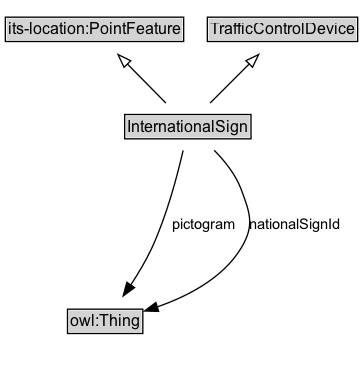
The Graphviz diagram docs/diagrams/InternationalSign.dot.png in k-vaughn/ontology-its-regulation, before a commit. Its source is kept beside it as docs/diagrams/InternationalSign.dot.
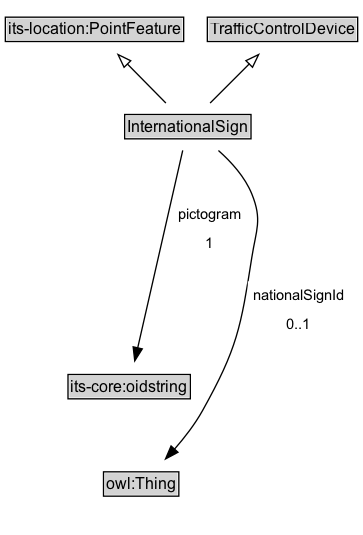
Later version of the same file.

The edit, as a diff of the source:
```diff
@@ -14,13 +14,16 @@
 	subgraph cluster_associated {
 		label="" style=invis
 		Invis [label=<<TABLE BORDER="0" CELLBORDER="0" CELLSPACING="0" CELLPADDING="1"><TR><TD></TD></TR></TABLE>> margin=0 style=invis]
+		"its-core_oidstring" [label=<<TABLE BORDER="1" CELLBORDER="0" CELLSPACING="0" CELLPADDING="1"><TR><TD BGCOLOR="lightgray" ALIGN="CENTER">its-core:oidstring</TD></TR></TABLE>> URL="https://w3id.org/itsdata/core/v1/oidstring" margin=0]
 		owl_Thing [label=<<TABLE BORDER="1" CELLBORDER="0" CELLSPACING="0" CELLPADDING="1"><TR><TD BGCOLOR="lightgray" ALIGN="CENTER">owl:Thing</TD></TR></TABLE>> URL="https://w3id.org/citydata/imported/owl/latest/Thing" margin=0]
 	}
 	InternationalSign -> "its-location_PointFeature" [arrowhead=onormal style=solid]
 	InternationalSign -> TrafficControlDevice [arrowhead=onormal style=solid]
 	InternationalSign -> Invis [style=invis]
-	Invis -> owl_Thing [style=invis]
+	Invis -> "its-core_oidstring" [style=invis]
+	"its-core_oidstring" -> owl_Thing [style=invis]
+	"its-core_oidstring" [label=<<TABLE BORDER="1" CELLBORDER="0" CELLSPACING="0" CELLPADDING="1"><TR><TD BGCOLOR="lightgray" ALIGN="CENTER">its-core:oidstring</TD></TR></TABLE>> URL="https://w3id.org/itsdata/core/v1/oidstring" margin=0]
+	InternationalSign -> "its-core_oidstring" [label=<<TABLE BORDER="0" CELLBORDER="0" CELLSPACING="0" CELLPADDING="4" BGCOLOR="white"><TR><TD ALIGN="CENTER">pictogram</TD></TR><TR><TD ALIGN="CENTER">1</TD></TR></TABLE>> arrowhead=normal style=solid]
 	owl_Thing [label=<<TABLE BORDER="1" CELLBORDER="0" CELLSPACING="0" CELLPADDING="1"><TR><TD BGCOLOR="lightgray" ALIGN="CENTER">owl:Thing</TD></TR></TABLE>> URL="https://w3id.org/citydata/imported/owl/latest/Thing" margin=0]
-	InternationalSign -> owl_Thing [label=pictogram arrowhead=normal style=solid]
-	InternationalSign -> owl_Thing [label=nationalSignId arrowhead=normal style=solid]
+	InternationalSign -> owl_Thing [label=<<TABLE BORDER="0" CELLBORDER="0" CELLSPACING="0" CELLPADDING="4" BGCOLOR="white"><TR><TD ALIGN="CENTER">nationalSignId</TD></TR><TR><TD ALIGN="CENTER">0..1</TD></TR></TABLE>> arrowhead=normal style=solid]
 }
```
